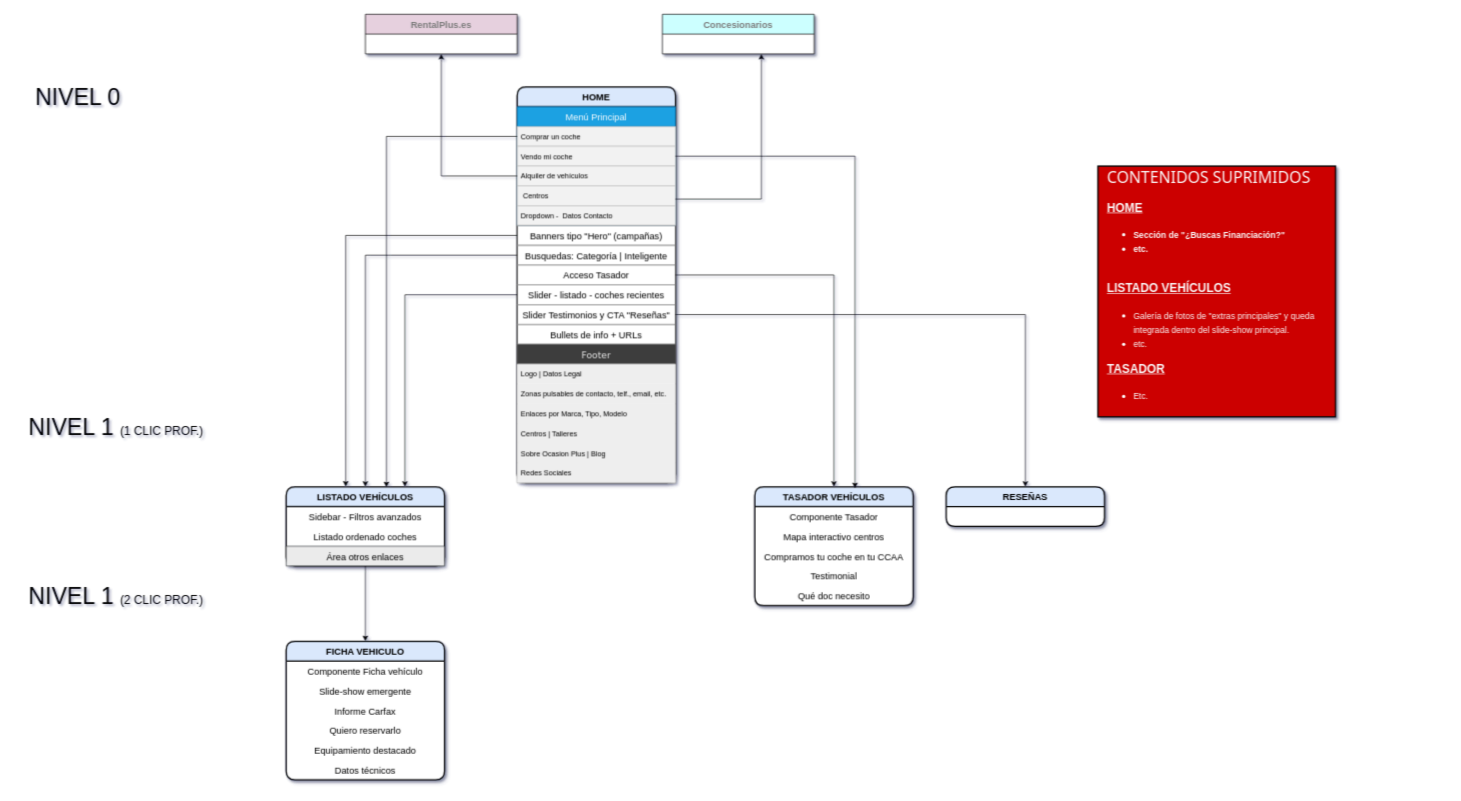
Earlier version of the draw.io diagram portfolio/AW_OcasionPlus.drawio (enriquesaez/homepage). Source tidied: cells renumbered, new cells numbered last; positions are measured from the earlier drawing's top-left corner, leaving out a move shared by most shapes. Both pictures are drawn from the tidied source at 66%, with x=0, y=0 at pixel (27, 14).
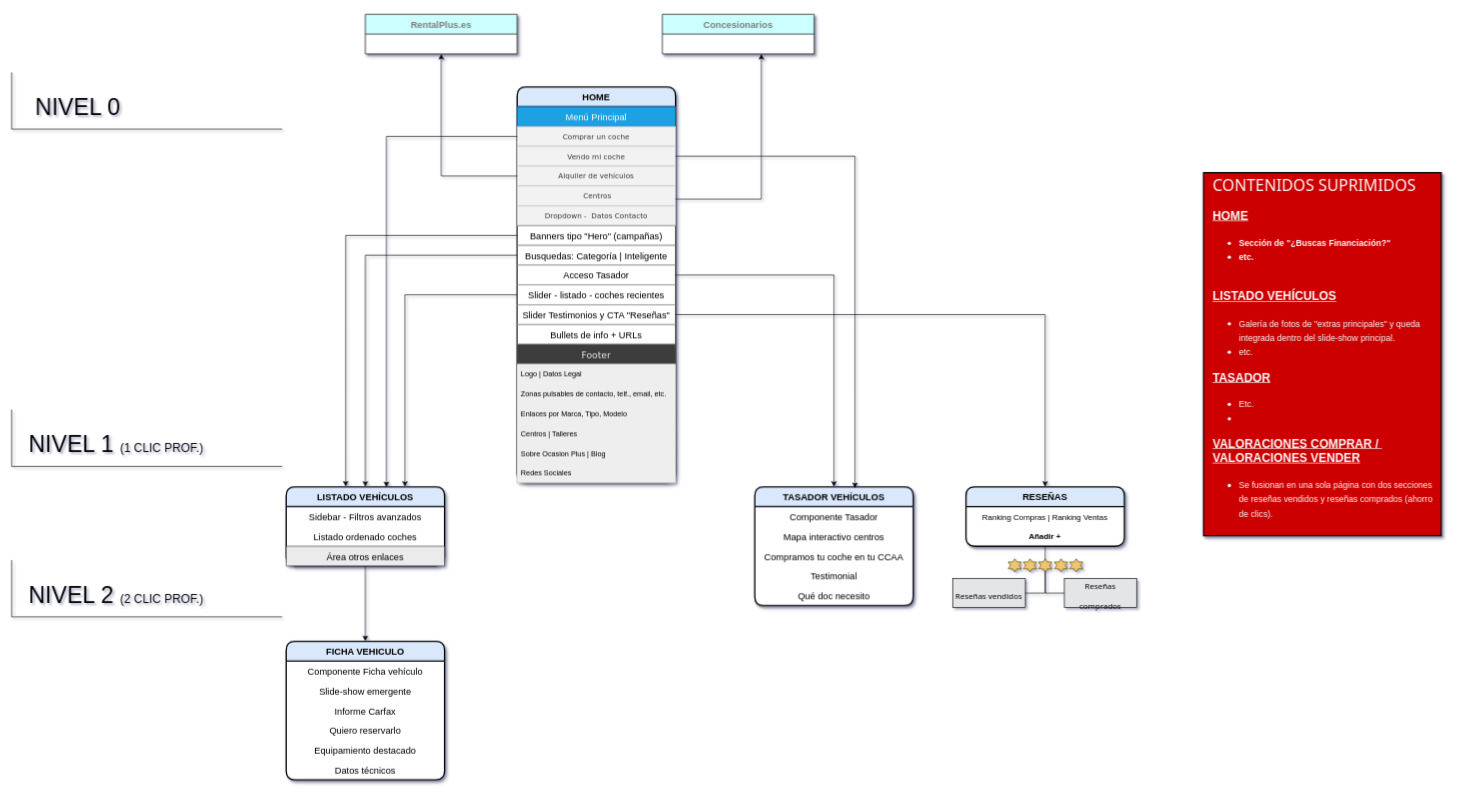
The same page after the edit.

Unchanged cells that the change refers to:
```xml
<mxCell id="3" value="Menú Principal" style="swimlane;fontStyle=0;horizontal=1;startSize=30;fontFamily=Helvetica;fontSize=14;strokeWidth=1;fillColor=#1ba1e2;strokeColor=#006EAF;swimlaneFillColor=default;fontColor=#ffffff;" parent="2" vertex="1">
  <mxGeometry y="30" width="240" height="180" as="geometry" />
</mxCell>
```

What changed in the source:
```diff
@@
-    <mxCell id="4" value="Comprar un coche" style="text;strokeColor=#BFBFBF;fillColor=#F2F2F2;align=left;verticalAlign=middle;spacingLeft=4;spacingRight=4;overflow=hidden;points=[[0,0.5],[1,0.5]];portConstraint=eastwest;fontFamily=Helvetica;fontSize=11;fontColor=default;strokeWidth=1;" parent="3" vertex="1">
+    <mxCell id="4" value="Comprar un coche" style="text;strokeColor=#BFBFBF;fillColor=#F2F2F2;align=center;verticalAlign=middle;spacingLeft=4;spacingRight=4;overflow=hidden;points=[[0,0.5],[1,0.5]];portConstraint=eastwest;fontFamily=Verdana;fontSize=11;fontColor=#383838;strokeWidth=1;" parent="3" vertex="1">
       <mxGeometry y="30" width="240" height="30" as="geometry" />
     </mxCell>
-    <mxCell id="5" value="Vendo mi coche" style="text;strokeColor=#BFBFBF;fillColor=#F2F2F2;align=left;verticalAlign=middle;spacingLeft=4;spacingRight=4;overflow=hidden;points=[[0,0.5],[1,0.5]];portConstraint=eastwest;fontFamily=Helvetica;fontSize=11;fontColor=default;strokeWidth=1;" parent="3" vertex="1">
+    <mxCell id="5" value="Vendo mi coche" style="text;strokeColor=#BFBFBF;fillColor=#F2F2F2;align=center;verticalAlign=middle;spacingLeft=4;spacingRight=4;overflow=hidden;points=[[0,0.5],[1,0.5]];portConstraint=eastwest;fontFamily=Verdana;fontSize=11;fontColor=#383838;strokeWidth=1;" parent="3" vertex="1">
       <mxGeometry y="60" width="240" height="30" as="geometry" />
     </mxCell>
-    <mxCell id="6" value="Alquiler de vehículos" style="text;strokeColor=#BFBFBF;fillColor=#F2F2F2;align=left;verticalAlign=middle;spacingLeft=4;spacingRight=4;overflow=hidden;points=[[0,0.5],[1,0.5]];portConstraint=eastwest;fontFamily=Helvetica;fontSize=11;fontColor=default;strokeWidth=1;" parent="3" vertex="1">
+    <mxCell id="6" value="Alquiler de vehículos" style="text;strokeColor=#BFBFBF;fillColor=#F2F2F2;align=center;verticalAlign=middle;spacingLeft=4;spacingRight=4;overflow=hidden;points=[[0,0.5],[1,0.5]];portConstraint=eastwest;fontFamily=Verdana;fontSize=11;fontColor=#383838;strokeWidth=1;" parent="3" vertex="1">
       <mxGeometry y="90" width="240" height="30" as="geometry" />
     </mxCell>
-    <mxCell id="7" value=" Centros" style="text;strokeColor=#BFBFBF;fillColor=#F2F2F2;align=left;verticalAlign=middle;spacingLeft=4;spacingRight=4;overflow=hidden;fontFamily=Helvetica;fontSize=11;fontColor=default;strokeWidth=1;" parent="3" vertex="1">
+    <mxCell id="7" value=" Centros" style="text;strokeColor=#BFBFBF;fillColor=#F2F2F2;align=center;verticalAlign=middle;spacingLeft=4;spacingRight=4;overflow=hidden;fontFamily=Verdana;fontSize=11;fontColor=#383838;strokeWidth=1;" parent="3" vertex="1">
       <mxGeometry y="120" width="240" height="30" as="geometry" />
     </mxCell>
-    <mxCell id="8" value="Dropdown -  Datos Contacto" style="text;strokeColor=#BFBFBF;fillColor=#F2F2F2;align=left;verticalAlign=middle;spacingLeft=4;spacingRight=4;overflow=hidden;fontFamily=Helvetica;fontSize=11;fontColor=default;strokeWidth=1;" parent="3" vertex="1">
+    <mxCell id="8" value="Dropdown -  Datos Contacto" style="text;strokeColor=#BFBFBF;fillColor=#F2F2F2;align=center;verticalAlign=middle;spacingLeft=4;spacingRight=4;overflow=hidden;fontFamily=Verdana;fontSize=11;fontColor=#383838;strokeWidth=1;" parent="3" vertex="1">
       <mxGeometry y="150" width="240" height="30" as="geometry" />
     </mxCell>
@@
-    <mxCell id="32" value="RentalPlus.es" style="swimlane;fontStyle=1;horizontal=1;startSize=30;fillColor=#E6D0DE;strokeColor=default;gradientColor=none;swimlaneFillColor=default;strokeWidth=1;perimeterSpacing=0;rounded=1;shadow=1;sketch=0;glass=0;fontSize=14;fontColor=#7D7D7D;arcSize=0;" parent="1" vertex="1">
+    <mxCell id="32" value="RentalPlus.es" style="swimlane;fontStyle=1;horizontal=1;startSize=30;fillColor=#CCFFFF;strokeColor=default;gradientColor=none;swimlaneFillColor=default;strokeWidth=1;perimeterSpacing=0;rounded=1;shadow=1;sketch=0;glass=0;fontSize=14;fontColor=#7D7D7D;arcSize=0;" parent="1" vertex="1">
       <mxGeometry x="512" width="230" height="60" as="geometry" />
     </mxCell>
@@
     <mxCell id="40" value="&lt;font style=&quot;font-size: 35px&quot;&gt;NIVEL 0&lt;/font&gt;" style="text;html=1;strokeColor=none;fillColor=none;align=left;verticalAlign=middle;whiteSpace=wrap;rounded=0;" parent="1" vertex="1">
-      <mxGeometry x="10" y="110" width="240" height="30" as="geometry" />
+      <mxGeometry x="10" y="125" width="240" height="30" as="geometry" />
     </mxCell>
     <mxCell id="41" value="&lt;font style=&quot;font-size: 35px&quot;&gt;NIVEL 1 &lt;/font&gt;&lt;font style=&quot;font-size: 18px&quot;&gt;(1 CLIC PROF.)&lt;/font&gt;" style="text;html=1;strokeColor=none;fillColor=none;align=left;verticalAlign=middle;whiteSpace=wrap;rounded=0;" parent="1" vertex="1">
-      <mxGeometry y="610" width="310" height="30" as="geometry" />
+      <mxGeometry y="636" width="310" height="30" as="geometry" />
     </mxCell>
-    <mxCell id="42" value="&lt;font style=&quot;font-size: 35px&quot;&gt;NIVEL 1 &lt;/font&gt;&lt;font style=&quot;font-size: 18px&quot;&gt;(2 CLIC PROF.)&lt;/font&gt;" style="text;html=1;strokeColor=none;fillColor=none;align=left;verticalAlign=middle;whiteSpace=wrap;rounded=0;" parent="1" vertex="1">
-      <mxGeometry y="866" width="310" height="30" as="geometry" />
+    <mxCell id="42" value="&lt;font style=&quot;font-size: 35px&quot;&gt;NIVEL 2&amp;nbsp;&lt;/font&gt;&lt;font style=&quot;font-size: 18px&quot;&gt;(2 CLIC PROF.)&lt;/font&gt;" style="text;html=1;strokeColor=none;fillColor=none;align=left;verticalAlign=middle;whiteSpace=wrap;rounded=0;" parent="1" vertex="1">
+      <mxGeometry y="864" width="310" height="30" as="geometry" />
     </mxCell>
-    <mxCell id="43" value="&lt;font color=&quot;#fcfcfc&quot;&gt;&lt;font&gt;&lt;font face=&quot;Tahoma&quot; style=&quot;font-size: 24px&quot;&gt;CONTENIDOS SUPRIMIDOS&lt;/font&gt;&lt;br&gt;&lt;br&gt;&lt;b style=&quot;font-size: 18px&quot;&gt;&lt;u&gt;HOME&lt;/u&gt;&lt;br&gt;&lt;ul&gt;&lt;li&gt;&lt;font&gt;&lt;font&gt;&lt;span style=&quot;font-size: 13px&quot;&gt;Sección de &quot;¿Buscas Financiación?&lt;/span&gt;&lt;span style=&quot;font-size: 13px&quot;&gt;&quot;&amp;nbsp;&lt;/span&gt;&lt;/font&gt;&lt;/font&gt;&lt;/li&gt;&lt;li&gt;&lt;font&gt;&lt;font&gt;&lt;span style=&quot;font-size: 13px&quot;&gt;etc.&amp;nbsp;&lt;/span&gt;&lt;/font&gt;&lt;/font&gt;&lt;/li&gt;&lt;/ul&gt;&lt;/b&gt;&lt;br&gt;&lt;b style=&quot;font-size: 18px&quot;&gt;&lt;u&gt;LISTADO VEHÍCULOS&lt;/u&gt;&lt;/b&gt;&lt;/font&gt;&lt;br&gt;&lt;/font&gt;&lt;ul&gt;&lt;li&gt;&lt;span style=&quot;font-size: 13px&quot;&gt;&lt;font color=&quot;#fcfcfc&quot;&gt;Galería de fotos de &quot;extras principales&quot; y queda integrada dentro del slide-show principal.&lt;/font&gt;&lt;/span&gt;&lt;/li&gt;&lt;li&gt;&lt;span style=&quot;font-size: 13px&quot;&gt;&lt;font color=&quot;#fcfcfc&quot;&gt;etc.&lt;/font&gt;&lt;/span&gt;&lt;/li&gt;&lt;/ul&gt;&lt;div&gt;&lt;font color=&quot;#fcfcfc&quot;&gt;&lt;b&gt;&lt;u&gt;TASADOR&lt;/u&gt;&lt;/b&gt;&lt;br&gt;&lt;/font&gt;&lt;ul&gt;&lt;li&gt;&lt;font color=&quot;#fcfcfc&quot;&gt;&lt;span style=&quot;font-size: 13px&quot;&gt;Etc.&lt;/span&gt;&lt;/font&gt;&lt;/li&gt;&lt;/ul&gt;&lt;/div&gt;" style="rounded=1;fontSize=18;fillColor=#CC0000;align=left;perimeterSpacing=6;strokeWidth=2;glass=0;shadow=1;sketch=0;whiteSpace=wrap;html=1;fontColor=#FFFFFF;labelBackgroundColor=none;labelBorderColor=none;spacingLeft=0;spacingBottom=0;spacingRight=0;spacing=14;arcSize=0;" parent="1" vertex="1">
-      <mxGeometry x="1622" y="230" width="360" height="380" as="geometry" />
+    <mxCell id="43" value="&lt;font color=&quot;#fcfcfc&quot;&gt;&lt;font&gt;&lt;font face=&quot;Tahoma&quot; style=&quot;font-size: 24px&quot;&gt;CONTENIDOS SUPRIMIDOS&lt;/font&gt;&lt;br&gt;&lt;br&gt;&lt;b style=&quot;font-size: 18px&quot;&gt;&lt;u&gt;HOME&lt;/u&gt;&lt;br&gt;&lt;ul&gt;&lt;li&gt;&lt;font&gt;&lt;font&gt;&lt;span style=&quot;font-size: 13px&quot;&gt;Sección de &quot;¿Buscas Financiación?&lt;/span&gt;&lt;span style=&quot;font-size: 13px&quot;&gt;&quot;&amp;nbsp;&lt;/span&gt;&lt;/font&gt;&lt;/font&gt;&lt;/li&gt;&lt;li&gt;&lt;font&gt;&lt;font&gt;&lt;span style=&quot;font-size: 13px&quot;&gt;etc.&amp;nbsp;&lt;/span&gt;&lt;/font&gt;&lt;/font&gt;&lt;/li&gt;&lt;/ul&gt;&lt;/b&gt;&lt;br&gt;&lt;b style=&quot;font-size: 18px&quot;&gt;&lt;u&gt;LISTADO VEHÍCULOS&lt;/u&gt;&lt;/b&gt;&lt;/font&gt;&lt;br&gt;&lt;/font&gt;&lt;ul&gt;&lt;li&gt;&lt;span style=&quot;font-size: 13px&quot;&gt;&lt;font color=&quot;#fcfcfc&quot;&gt;Galería de fotos de &quot;extras principales&quot; y queda integrada dentro del slide-show principal.&lt;/font&gt;&lt;/span&gt;&lt;/li&gt;&lt;li&gt;&lt;span style=&quot;font-size: 13px&quot;&gt;&lt;font color=&quot;#fcfcfc&quot;&gt;etc.&lt;/font&gt;&lt;/span&gt;&lt;/li&gt;&lt;/ul&gt;&lt;div&gt;&lt;font color=&quot;#fcfcfc&quot;&gt;&lt;b&gt;&lt;u&gt;TASADOR&lt;/u&gt;&lt;/b&gt;&lt;br&gt;&lt;/font&gt;&lt;ul&gt;&lt;li&gt;&lt;font color=&quot;#fcfcfc&quot;&gt;&lt;span style=&quot;font-size: 13px&quot;&gt;Etc.&lt;/span&gt;&lt;/font&gt;&lt;/li&gt;&lt;li&gt;&lt;font color=&quot;#fcfcfc&quot;&gt;&lt;span style=&quot;font-size: 13px&quot;&gt;&lt;br&gt;&lt;/span&gt;&lt;/font&gt;&lt;/li&gt;&lt;/ul&gt;&lt;div&gt;&lt;b style=&quot;color: rgb(252 , 252 , 252)&quot;&gt;&lt;u&gt;VALORACIONES COMPRAR /&amp;nbsp;&lt;/u&gt;&lt;/b&gt;&lt;/div&gt;&lt;div&gt;&lt;font color=&quot;#fcfcfc&quot;&gt;&lt;b&gt;&lt;u&gt;VALORACIONES VENDER&lt;br&gt;&lt;/u&gt;&lt;/b&gt;&lt;/font&gt;&lt;ul&gt;&lt;li&gt;&lt;font color=&quot;#fcfcfc&quot;&gt;&lt;span style=&quot;font-size: 13px&quot;&gt;Se fusionan en una sola página con dos secciones de reseñas vendidos y reseñas comprados (ahorro de clics).&lt;/span&gt;&lt;/font&gt;&lt;/li&gt;&lt;/ul&gt;&lt;/div&gt;&lt;/div&gt;" style="rounded=1;fontSize=18;fillColor=#CC0000;align=left;perimeterSpacing=6;strokeWidth=2;glass=0;shadow=1;sketch=0;whiteSpace=wrap;html=1;fontColor=#FFFFFF;labelBackgroundColor=none;labelBorderColor=none;spacingLeft=0;spacingBottom=0;spacingRight=0;spacing=14;arcSize=0;" parent="1" vertex="1">
+      <mxGeometry x="1782" y="240" width="360" height="550" as="geometry" />
     </mxCell>
@@
     <mxCell id="54" value="RESEÑAS" style="swimlane;fontStyle=1;horizontal=1;startSize=30;fillColor=#dae8fc;strokeColor=default;gradientColor=none;swimlaneFillColor=default;strokeWidth=2;perimeterSpacing=0;rounded=1;shadow=1;sketch=0;glass=0;fontSize=14;" parent="1" vertex="1">
-      <mxGeometry x="1392" y="716" width="240" height="60" as="geometry" />
+      <mxGeometry x="1422" y="716" width="240" height="90" as="geometry" />
     </mxCell>
+    <mxCell id="56" value="Ranking Compras | Ranking Ventas" style="text;strokeColor=none;fillColor=none;align=center;verticalAlign=middle;spacingLeft=4;spacingRight=4;overflow=hidden;strokeWidth=2;fontStyle=0;fontSize=12;" parent="54" vertex="1">
+      <mxGeometry y="30" width="240" height="30" as="geometry" />
+    </mxCell>
+    <mxCell id="57" value="Añadir +" style="text;strokeColor=none;fillColor=none;align=center;verticalAlign=middle;spacingLeft=4;spacingRight=4;overflow=hidden;strokeWidth=2;fontStyle=1;fontSize=12;" parent="54" vertex="1">
+      <mxGeometry y="60" width="240" height="30" as="geometry" />
+    </mxCell>
@@
+    <mxCell id="58" style="edgeStyle=orthogonalEdgeStyle;startArrow=none;endArrow=none;rounded=0;targetPortConstraint=eastwest;sourcePortConstraint=northsouth;fontFamily=Tahoma;fontSize=24;fontColor=#EDEDED;exitX=0.5;exitY=1;exitDx=0;exitDy=0;" parent="1" edge="1" source="54" target="60">
+      <mxGeometry relative="1" as="geometry" />
+    </mxCell>
+    <mxCell id="59" style="edgeStyle=orthogonalEdgeStyle;startArrow=none;endArrow=none;rounded=0;targetPortConstraint=eastwest;sourcePortConstraint=northsouth;fontFamily=Tahoma;fontSize=24;fontColor=#EDEDED;" parent="1" edge="1" target="61">
+      <mxGeometry relative="1" as="geometry">
+        <mxPoint x="1542" y="835" as="sourcePoint" />
+      </mxGeometry>
+    </mxCell>
+    <mxCell id="60" value="&lt;font color=&quot;#030303&quot; style=&quot;font-size: 12px ; line-height: 1.3&quot;&gt;Reseñas vendidos&lt;/font&gt;" style="whiteSpace=wrap;html=1;align=center;verticalAlign=middle;fontFamily=Tahoma;fontSize=24;fontColor=#EDEDED;fillColor=#E3E5E6;" parent="1" vertex="1">
+      <mxGeometry x="1402" y="855" width="110" height="44" as="geometry" />
+    </mxCell>
+    <mxCell id="61" value="&lt;span style=&quot;color: rgb(3 , 3 , 3) ; font-size: 12px&quot;&gt;Reseñas comprados&lt;/span&gt;" style="whiteSpace=wrap;html=1;align=center;verticalAlign=middle;fontFamily=Tahoma;fontSize=24;fontColor=#EDEDED;fillColor=#E3E5E6;" parent="1" vertex="1">
+      <mxGeometry x="1571" y="855" width="110" height="44" as="geometry" />
+    </mxCell>
+    <mxCell id="62" style="verticalLabelPosition=bottom;verticalAlign=top;html=1;shape=mxgraph.basic.6_point_star;fontFamily=Tahoma;fontSize=24;fillColor=#EDC76F;rotation=90;strokeColor=#594000;" parent="1" vertex="1">
+      <mxGeometry x="1579" y="825" width="20" height="20" as="geometry" />
+    </mxCell>
+    <mxCell id="63" style="verticalLabelPosition=bottom;verticalAlign=top;html=1;shape=mxgraph.basic.6_point_star;fontFamily=Tahoma;fontSize=24;fontColor=default;fillColor=#EDC76F;rotation=90;strokeColor=#594000;" parent="1" vertex="1">
+      <mxGeometry x="1486" y="825" width="20" height="20" as="geometry" />
+    </mxCell>
+    <mxCell id="64" style="verticalLabelPosition=bottom;verticalAlign=top;html=1;shape=mxgraph.basic.6_point_star;fontFamily=Tahoma;fontSize=24;fontColor=default;fillColor=#EDC76F;rotation=90;strokeColor=#594000;" parent="1" vertex="1">
+      <mxGeometry x="1509" y="825" width="20" height="20" as="geometry" />
+    </mxCell>
+    <mxCell id="65" style="verticalLabelPosition=bottom;verticalAlign=top;html=1;shape=mxgraph.basic.6_point_star;fontFamily=Tahoma;fontSize=24;fontColor=default;fillColor=#EDC76F;rotation=90;strokeColor=#594000;" parent="1" vertex="1">
+      <mxGeometry x="1532" y="825" width="20" height="20" as="geometry" />
+    </mxCell>
+    <mxCell id="66" style="verticalLabelPosition=bottom;verticalAlign=top;html=1;shape=mxgraph.basic.6_point_star;fontFamily=Tahoma;fontSize=24;fontColor=default;fillColor=#EDC76F;rotation=90;strokeColor=#594000;" parent="1" vertex="1">
+      <mxGeometry x="1556" y="825" width="20" height="20" as="geometry" />
+    </mxCell>
+    <mxCell id="67" style="endArrow=none;html=1;rounded=0;fontFamily=Tahoma;fontSize=13;fontColor=#030303;" parent="1" edge="1">
+      <mxGeometry relative="1" as="geometry">
+        <mxPoint x="386" y="174" as="sourcePoint" />
+        <mxPoint x="-24" y="88" as="targetPoint" />
+        <Array as="points">
+          <mxPoint x="-24" y="174" />
+        </Array>
+      </mxGeometry>
+    </mxCell>
+    <mxCell id="68" style="endArrow=none;html=1;rounded=0;fontFamily=Tahoma;fontSize=13;fontColor=#030303;" parent="1" edge="1">
+      <mxGeometry relative="1" as="geometry">
+        <mxPoint x="386" y="685" as="sourcePoint" />
+        <mxPoint x="-24" y="599" as="targetPoint" />
+        <Array as="points">
+          <mxPoint x="-24" y="685" />
+        </Array>
+      </mxGeometry>
+    </mxCell>
+    <mxCell id="69" style="endArrow=none;html=1;rounded=0;fontFamily=Tahoma;fontSize=13;fontColor=#030303;" parent="1" edge="1">
+      <mxGeometry relative="1" as="geometry">
+        <mxPoint x="386" y="913" as="sourcePoint" />
+        <mxPoint x="-24" y="827" as="targetPoint" />
+        <Array as="points">
+          <mxPoint x="-24" y="913" />
+        </Array>
+      </mxGeometry>
+    </mxCell>
```
